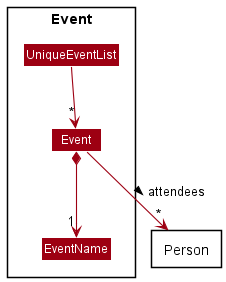
This is docs/images/EventClassDiagram.png from ryanongra/tp, a PlantUML export, as it was before one commit.
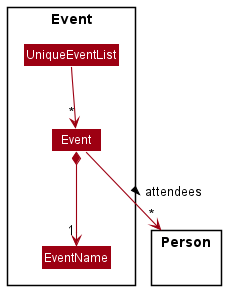
The same diagram one commit later.

Commit message:
Update Event class diagram

The edit, as a diff of the source:
```diff
@@ -10,10 +10,7 @@
 class EventName
 }
 
-package Person <<Rectangle>>{
-
-}
-
+package Person {}
 
 UniqueEventList --> "*" Event
 Event *--> "1" EventName
```
